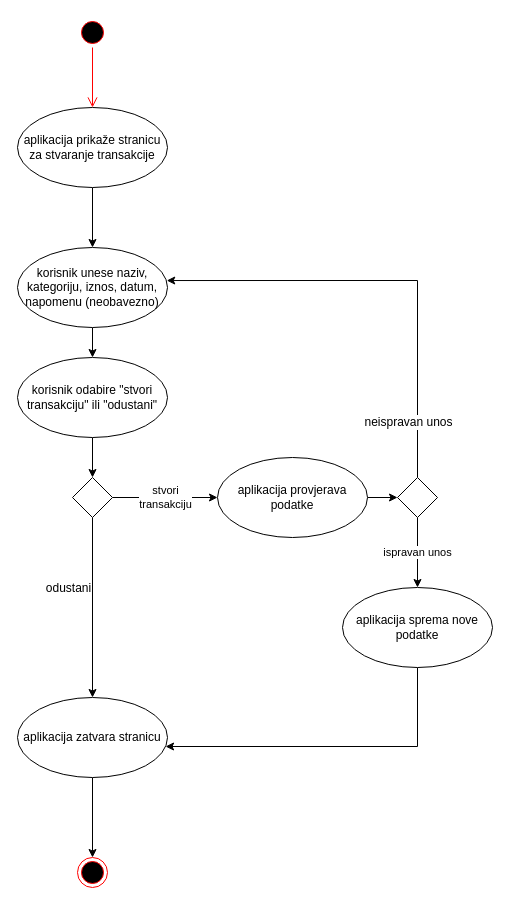
Before: page "Stvaranje transakcije" (1 of 5) of doc/aktivnosti_transakcije.drawio in avucak/upi_20_budget, a draw.io diagram. Source tidied: cells renumbered, new cells numbered last; positions are measured from the earlier drawing's top-left corner, leaving out a move shared by most shapes. Both pictures are drawn from the tidied source at 100%, with x=0, y=0 at pixel (17, 17).
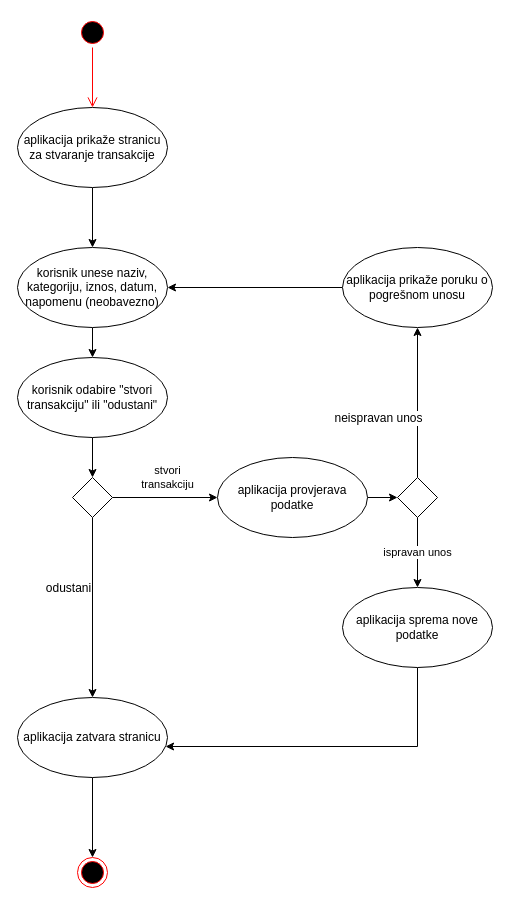
After the change.

Unchanged cells that the change refers to:
```xml
<mxCell id="7" value="korisnik unese naziv, kategoriju, iznos, datum, napomenu (neobavezno)" style="ellipse;whiteSpace=wrap;html=1;" parent="1" vertex="1">
  <mxGeometry y="230" width="150" height="80" as="geometry" />
</mxCell>
<mxCell id="13" style="rhombus;whiteSpace=wrap;html=1;" parent="1" vertex="1">
  <mxGeometry x="55" y="460" width="40" height="40" as="geometry" />
</mxCell>
<mxCell id="17" value="aplikacija provjerava podatke" style="ellipse;whiteSpace=wrap;html=1;" parent="1" vertex="1">
  <mxGeometry x="200" y="440" width="150" height="80" as="geometry" />
</mxCell>
<mxCell id="21" style="rhombus;whiteSpace=wrap;html=1;" parent="1" vertex="1">
  <mxGeometry x="380" y="460" width="40" height="40" as="geometry" />
</mxCell>
```

What changed in the source:
```diff
@@
     <mxCell id="12" value="stvori &lt;br&gt;transakciju" style="edgeStyle=orthogonalEdgeStyle;rounded=0;jettySize=auto;html=1;exitX=1;exitY=0.5;exitDx=0;exitDy=0;entryX=0;entryY=0.5;entryDx=0;entryDy=0;" parent="1" edge="1" source="13" target="17">
-      <mxGeometry relative="1" as="geometry" />
+      <mxGeometry x="0.05" y="20" relative="1" as="geometry" />
     </mxCell>
@@
-    <mxCell id="19" style="edgeStyle=orthogonalEdgeStyle;rounded=0;jettySize=auto;html=1;exitX=0.5;exitY=0;exitDx=0;exitDy=0;entryX=0.995;entryY=0.413;entryDx=0;entryDy=0;entryPerimeter=0;" parent="1" edge="1" source="21" target="7">
+    <mxCell id="19" style="edgeStyle=orthogonalEdgeStyle;rounded=0;jettySize=auto;html=1;exitX=0.5;exitY=0;exitDx=0;exitDy=0;entryX=0.5;entryY=1;entryDx=0;entryDy=0;" parent="1" edge="1" source="21" target="26">
       <mxGeometry relative="1" as="geometry" />
     </mxCell>
     <mxCell id="20" value="neispravan unos" style="text;html=1;align=center;verticalAlign=middle;labelBackgroundColor=#ffffff;" parent="19" vertex="1">
       <mxGeometry x="-0.2" y="-3" relative="1" as="geometry">
-        <mxPoint x="-13" y="123" as="offset" />
+        <mxPoint x="-43" as="offset" />
       </mxGeometry>
     </mxCell>
@@
+    <mxCell id="25" style="edgeStyle=orthogonalEdgeStyle;rounded=0;jettySize=auto;html=1;exitX=0;exitY=0.5;exitDx=0;exitDy=0;" parent="1" edge="1" source="26" target="7">
+      <mxGeometry relative="1" as="geometry" />
+    </mxCell>
+    <mxCell id="26" value="aplikacija prikaže poruku o pogrešnom unosu" style="ellipse;whiteSpace=wrap;html=1;" parent="1" vertex="1">
+      <mxGeometry x="325" y="230" width="150" height="80" as="geometry" />
+    </mxCell>
```
